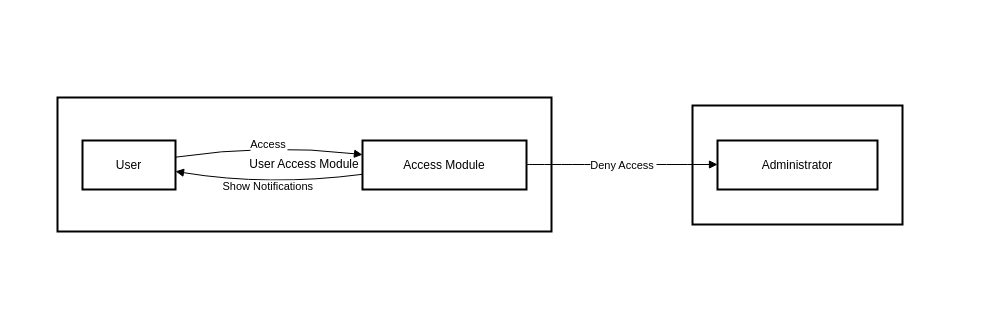
Above: Bomberazos.drawio in VictorCueto9/ProyectoEncuentas (draw.io), before the change. Source tidied: cells renumbered, new cells numbered last; positions are measured from the earlier drawing's top-left corner, leaving out a move shared by most shapes. Both pictures are drawn from the tidied source at 100%, with x=0, y=0 at pixel (57, 97).
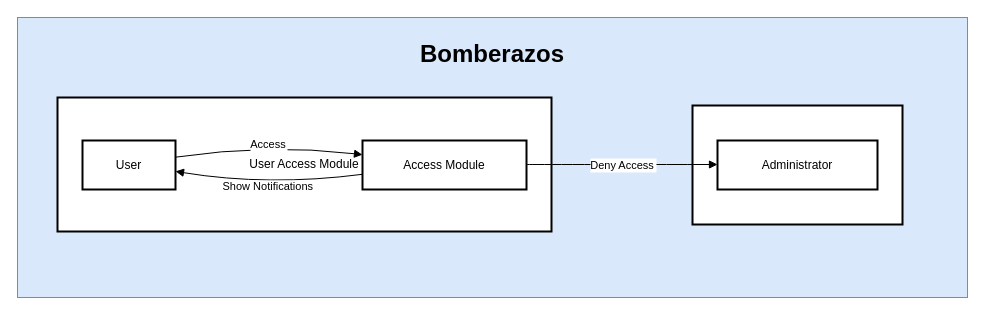
The same page after the edit.

The edit, as a diff of the source:
```diff
@@
 <mxGraphModel>
   <root>
     <mxCell id="0" />
     <mxCell id="1" parent="0" />
+    <mxCell id="10" value="&lt;h1&gt;Bomberazos&lt;/h1&gt;" style="rounded=0;whiteSpace=wrap;html=1;fillColor=#dae8fc;strokeColor=#6c8ebf;verticalAlign=top;" parent="1" vertex="1">
+      <mxGeometry x="-40" y="-80" width="950" height="280" as="geometry" />
+    </mxCell>
     <mxCell id="2" value="Administrator Access Module" style="whiteSpace=wrap;strokeWidth=2;" parent="1" vertex="1">
       <mxGeometry x="635" y="8" width="210" height="119" as="geometry" />
     </mxCell>
     <mxCell id="3" value="User Access Module" style="whiteSpace=wrap;strokeWidth=2;" parent="1" vertex="1">
       <mxGeometry width="494" height="134" as="geometry" />
     </mxCell>
     <mxCell id="4" value="User" style="whiteSpace=wrap;strokeWidth=2;" parent="1" vertex="1">
       <mxGeometry x="25" y="43" width="93" height="49" as="geometry" />
     </mxCell>
     <mxCell id="5" value="Access Module" style="whiteSpace=wrap;strokeWidth=2;" parent="1" vertex="1">
       <mxGeometry x="305" y="43" width="164" height="49" as="geometry" />
     </mxCell>
     <mxCell id="6" value="Administrator" style="whiteSpace=wrap;strokeWidth=2;" parent="1" vertex="1">
       <mxGeometry x="660" y="43" width="160" height="49" as="geometry" />
     </mxCell>
     <mxCell id="7" value="Access" style="curved=1;startArrow=none;endArrow=block;exitX=1;exitY=0.34;entryX=0;entryY=0.29;" parent="1" edge="1" source="4" target="5">
       <mxGeometry relative="1" as="geometry">
         <Array as="points">
           <mxPoint x="211" y="46" />
         </Array>
       </mxGeometry>
     </mxCell>
     <mxCell id="8" value="Show Notifications" style="curved=1;startArrow=none;endArrow=block;exitX=0;exitY=0.69;entryX=1;entryY=0.63;" parent="1" edge="1" source="5" target="4">
       <mxGeometry relative="1" as="geometry">
         <Array as="points">
           <mxPoint x="211" y="89" />
         </Array>
       </mxGeometry>
     </mxCell>
     <mxCell id="9" value="Deny Access" style="curved=1;startArrow=none;endArrow=block;exitX=1;exitY=0.49;entryX=0;entryY=0.49;" parent="1" edge="1" source="5" target="6">
       <mxGeometry relative="1" as="geometry" />
     </mxCell>
   </root>
 </mxGraphModel>
```
